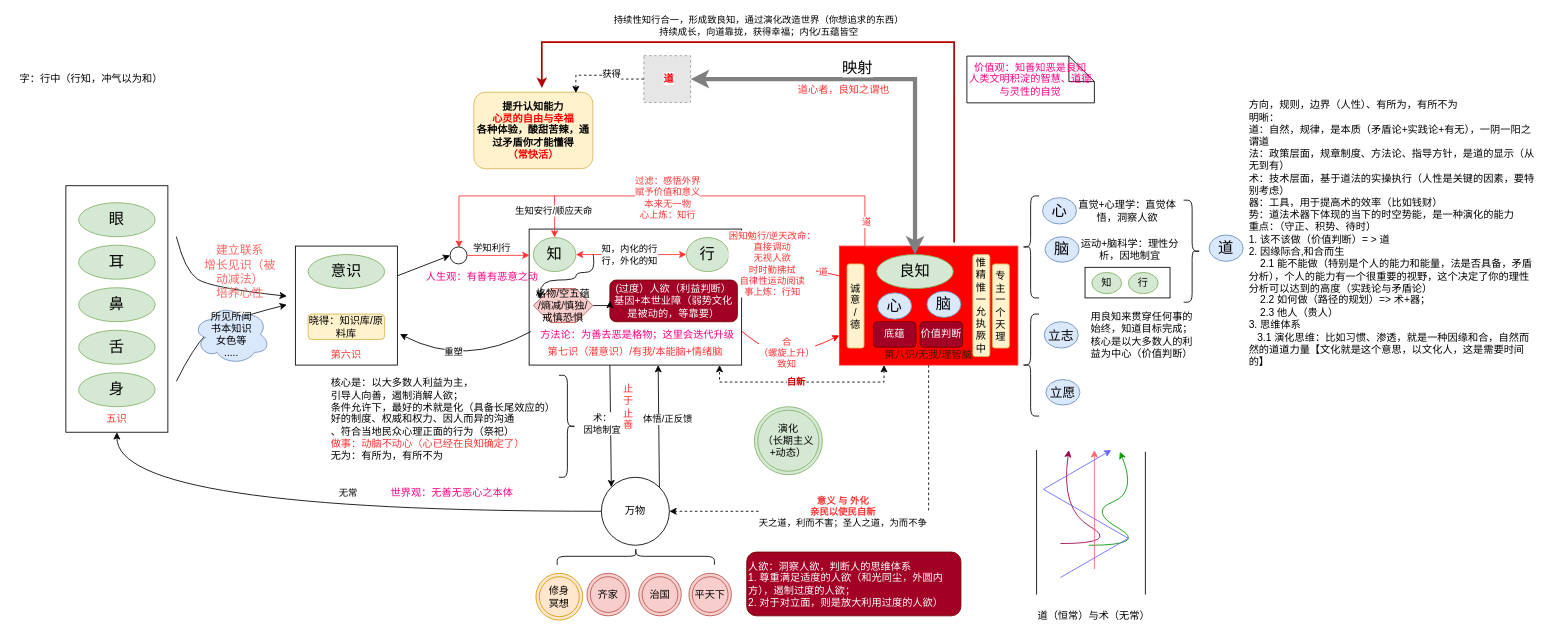
Above: page "良知" (2 of 2) of xinxue.drawio in kason-huang/DrawIO (draw.io), before the change. Source tidied: cells renumbered, new cells numbered last; positions are measured from the earlier drawing's top-left corner, leaving out a move shared by most shapes. Both pictures are drawn from the tidied source at 85%, with x=0, y=0 at pixel (14, 42). Pictures stored in the file or linked from it are replaced by grey dashed boxes.
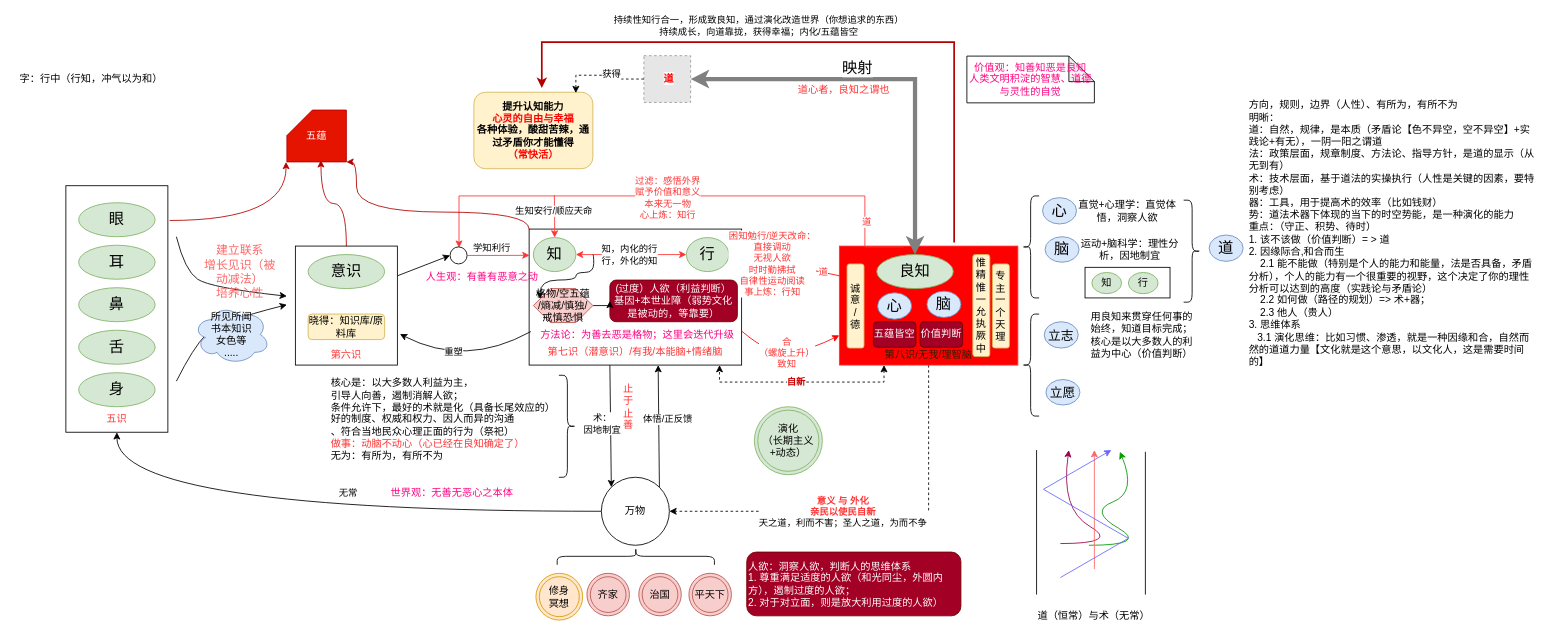
The same diagram, later.

The change refers to these unchanged cells:
```xml
<mxCell id="2" value="&lt;font color=&quot;#ff3333&quot;&gt;&lt;br&gt;&lt;br&gt;&lt;br&gt;&lt;br&gt;&lt;br&gt;&lt;br&gt;&lt;br&gt;&lt;br&gt;&lt;br&gt;&lt;br&gt;&lt;br&gt;&lt;br&gt;&lt;br&gt;&lt;br&gt;&lt;br&gt;&lt;br&gt;&lt;br&gt;&lt;br&gt;五识&lt;/font&gt;" style="rounded=0;whiteSpace=wrap;html=1;" parent="1" vertex="1">
  <mxGeometry x="60" y="169" width="120" height="290" as="geometry" />
</mxCell>
<mxCell id="9" value="&lt;br&gt;&lt;br&gt;&lt;br&gt;&lt;br&gt;&lt;br&gt;&lt;br&gt;&lt;br&gt;&lt;br&gt;&lt;font color=&quot;#ff3333&quot;&gt;第六识&lt;/font&gt;" style="rounded=0;whiteSpace=wrap;html=1;" parent="1" vertex="1">
  <mxGeometry x="330" y="240" width="120" height="140" as="geometry" />
</mxCell>
<mxCell id="15" value="&lt;br&gt;&lt;br&gt;&lt;br&gt;&lt;br&gt;&lt;br&gt;&lt;br&gt;&lt;br&gt;&lt;br&gt;&lt;br&gt;&lt;font color=&quot;#ff3333&quot;&gt;第七识（潜意识）/有我/本能脑+情绪脑&lt;/font&gt;" style="rounded=0;whiteSpace=wrap;html=1;" parent="1" vertex="1">
  <mxGeometry x="605" y="220" width="250" height="160" as="geometry" />
</mxCell>
```

Change to the diagram source:
```diff
@@
+    <mxCell id="110" style="edgeStyle=orthogonalEdgeStyle;rounded=0;jettySize=auto;html=1;exitX=0.5;exitY=0;exitDx=0;exitDy=0;entryX=0;entryY=0.5;entryDx=0;entryDy=0;fillColor=#e51400;strokeColor=#B20000;curved=1;" parent="1" edge="1" source="9">
+      <mxGeometry relative="1" as="geometry">
+        <mxPoint x="360" y="139" as="targetPoint" />
+      </mxGeometry>
+    </mxCell>
@@
-    <mxCell id="42" value="底蕴" style="rounded=1;whiteSpace=wrap;html=1;fillColor=#a20025;strokeColor=#6F0000;fontColor=#ffffff;" parent="1" vertex="1">
+    <mxCell id="42" value="五蕴皆空" style="rounded=1;whiteSpace=wrap;html=1;fillColor=#a20025;strokeColor=#6F0000;fontColor=#ffffff;" parent="1" vertex="1">
       <mxGeometry x="1010" y="329" width="50" height="30" as="geometry" />
     </mxCell>
@@
-    <mxCell id="81" value="方向，规则，边界（人性）、有所为，有所不为&lt;br&gt;明晰：&lt;br&gt;道：自然，规律，是本质（矛盾论+实践论+有无），一阴一阳之谓道&lt;br&gt;法：政策层面，规章制度、方法论、指导方针，是道的显示（从无到有）&lt;br&gt;术：技术层面，基于道法的实操执行（人性是关键的因素，要特别考虑）&lt;br&gt;器：工具，用于提高术的效率（比如钱财）&lt;br&gt;势：道法术器下体现的当下的时空势能，是一种演化的能力&lt;br&gt;重点：（守正、积势、待时）&lt;br&gt;1. 该不该做（价值判断）= &amp;gt; 道&lt;br&gt;2.&amp;nbsp;因缘际合,和合而生&lt;br&gt;&lt;span style=&quot;&quot;&gt;&lt;span style=&quot;&quot;&gt;&amp;nbsp;&amp;nbsp;&amp;nbsp;&amp;nbsp;&lt;/span&gt;&lt;/span&gt;2.1 能不能做（特别是个人的能力和能量，法是否具备，矛盾分析），个人的能力有一个很重要的视野，这个决定了你的理性分析可以达到的高度（实践论与矛盾论）&lt;br&gt;&lt;span style=&quot;&quot;&gt;&lt;span style=&quot;&quot;&gt;&amp;nbsp;&amp;nbsp;&amp;nbsp;&amp;nbsp;&lt;/span&gt;&lt;/span&gt;2.2&amp;nbsp;如何做（路径的规划）=&amp;gt; 术+器；&lt;br&gt;&amp;nbsp; &amp;nbsp; 2.3 他人（贵人）&lt;br&gt;3. 思维体系&lt;br&gt;&amp;nbsp; &amp;nbsp;3.1 演化思维：比如习惯、渗透，就是一种因缘和合，自然而然的道道力量【文化就是这个意思，以文化人，这是需要时间的】" style="text;html=1;strokeColor=none;fillColor=none;align=left;verticalAlign=middle;whiteSpace=wrap;rounded=0;" parent="1" vertex="1">
+    <mxCell id="81" value="方向，规则，边界（人性）、有所为，有所不为&lt;br&gt;明晰：&lt;br&gt;道：自然，规律，是本质（矛盾论【色不异空，空不异空】+实践论+有无），一阴一阳之谓道&lt;br&gt;法：政策层面，规章制度、方法论、指导方针，是道的显示（从无到有）&lt;br&gt;术：技术层面，基于道法的实操执行（人性是关键的因素，要特别考虑）&lt;br&gt;器：工具，用于提高术的效率（比如钱财）&lt;br&gt;势：道法术器下体现的当下的时空势能，是一种演化的能力&lt;br&gt;重点：（守正、积势、待时）&lt;br&gt;1. 该不该做（价值判断）= &amp;gt; 道&lt;br&gt;2.&amp;nbsp;因缘际合,和合而生&lt;br&gt;&lt;span style=&quot;&quot;&gt;&lt;span style=&quot;&quot;&gt;&amp;nbsp;&amp;nbsp;&amp;nbsp;&amp;nbsp;&lt;/span&gt;&lt;/span&gt;2.1 能不能做（特别是个人的能力和能量，法是否具备，矛盾分析），个人的能力有一个很重要的视野，这个决定了你的理性分析可以达到的高度（实践论与矛盾论）&lt;br&gt;&lt;span style=&quot;&quot;&gt;&lt;span style=&quot;&quot;&gt;&amp;nbsp;&amp;nbsp;&amp;nbsp;&amp;nbsp;&lt;/span&gt;&lt;/span&gt;2.2&amp;nbsp;如何做（路径的规划）=&amp;gt; 术+器；&lt;br&gt;&amp;nbsp; &amp;nbsp; 2.3 他人（贵人）&lt;br&gt;3. 思维体系&lt;br&gt;&amp;nbsp; &amp;nbsp;3.1 演化思维：比如习惯、渗透，就是一种因缘和合，自然而然的道道力量【文化就是这个意思，以文化人，这是需要时间的】" style="text;html=1;strokeColor=none;fillColor=none;align=left;verticalAlign=middle;whiteSpace=wrap;rounded=0;" parent="1" vertex="1">
       <mxGeometry x="1450" y="200" width="340" height="50" as="geometry" />
     </mxCell>
@@
+    <mxCell id="111" style="edgeStyle=orthogonalEdgeStyle;rounded=0;jettySize=auto;html=1;exitX=1.017;exitY=0.141;exitDx=0;exitDy=0;entryX=-0.033;entryY=-0.012;entryDx=0;entryDy=0;entryPerimeter=0;curved=1;exitPerimeter=0;fillColor=#e51400;strokeColor=#B20000;" parent="1" edge="1" source="2">
+      <mxGeometry relative="1" as="geometry">
+        <mxPoint x="319" y="141" as="targetPoint" />
+      </mxGeometry>
+    </mxCell>
+    <mxCell id="112" style="edgeStyle=orthogonalEdgeStyle;rounded=0;jettySize=auto;html=1;exitX=0;exitY=0;exitDx=0;exitDy=0;entryX=1;entryY=1;entryDx=0;entryDy=0;entryPerimeter=0;curved=1;fillColor=#e51400;strokeColor=#B20000;" parent="1" edge="1" source="15" target="113">
+      <mxGeometry relative="1" as="geometry">
+        <Array as="points">
+          <mxPoint x="605" y="200" />
+          <mxPoint x="402" y="200" />
+          <mxPoint x="402" y="141" />
+        </Array>
+      </mxGeometry>
+    </mxCell>
+    <mxCell id="113" value="五蕴" style="shape=card;whiteSpace=wrap;html=1;fillColor=#e51400;fontColor=#ffffff;strokeColor=#B20000;" parent="1" vertex="1">
+      <mxGeometry x="320" y="80" width="70" height="61" as="geometry" />
+    </mxCell>
```
